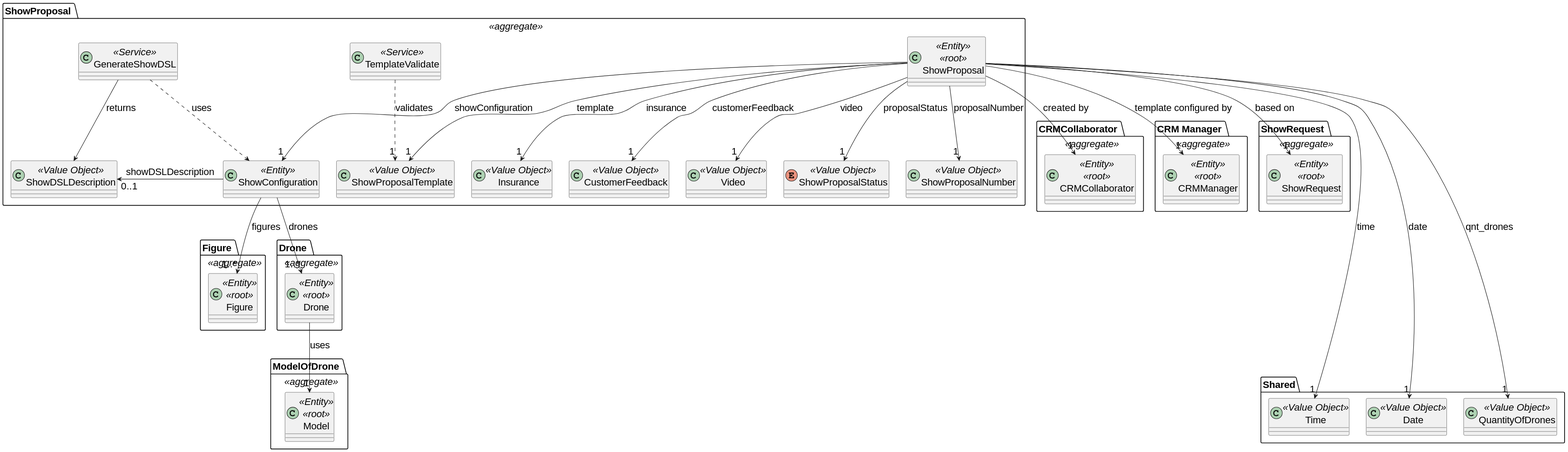
diogoveirospro/sem4pi-2024-2025-sem4pi_2024_2025_g44 keeps this PlantUML diagram as docs/global_artifacts/analysis/images/domain_model_show_proposal.svg. Above is the earlier version.
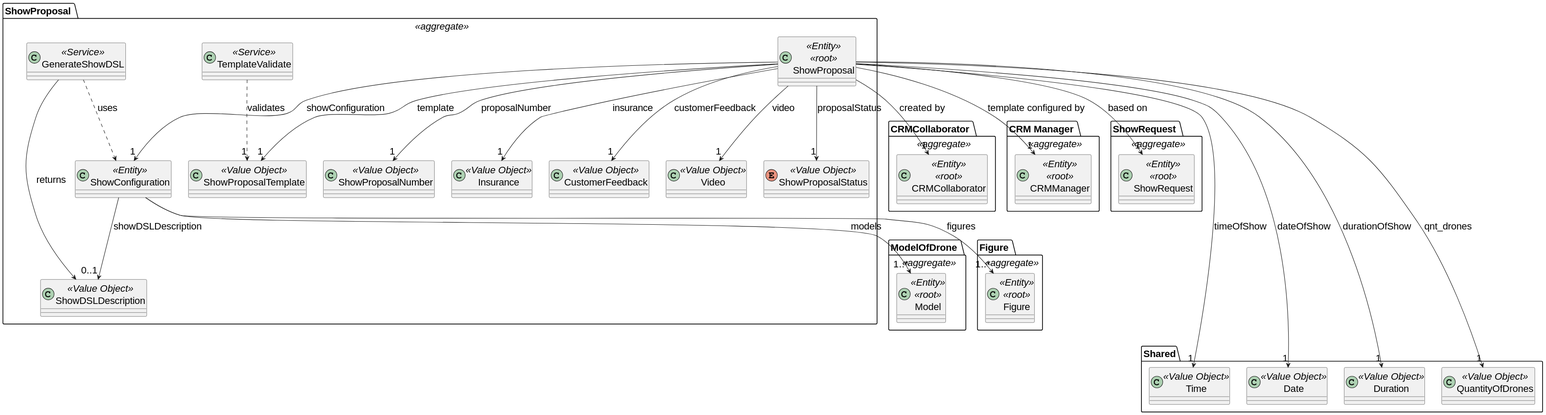
After the commit.

Commit message:
#6 Correction of ShowConfiguration and addition of duration in the domain model

The edit, as a diff of the source:
```diff
@@ -29,12 +29,6 @@
 package "ShowRequest " <<aggregate>>{
 
     class ShowRequest <<Entity>> <<root>>{
-    }
-}
-
-package "Drone " <<aggregate>>{
-
-    class Drone <<Entity>> <<root>>{
     }
 }
 
@@ -90,11 +84,9 @@
 
     TemplateValidate ..> "1" ShowProposalTemplate: validates
 
-    ShowConfiguration --> "1..*" Drone: drones
+    ShowConfiguration --> "1..*" Model: models
     ShowConfiguration --> "1..*" Figure: figures
-    ShowConfiguration -> "0..1" ShowDSLDescription: showDSLDescription
-
-    Drone --> "1" Model: uses
+    ShowConfiguration --> "0..1" ShowDSLDescription: showDSLDescription
 }
 
 package Shared {
@@ -105,11 +97,15 @@
     class Date <<Value Object>>{
     }
 
+    class Duration <<Value Object>>{
+    }
+
     class QuantityOfDrones <<Value Object>>{
     }
 
     ShowProposal ----> "1" QuantityOfDrones: qnt_drones
-    ShowProposal ----> "1" Time: time
-    ShowProposal ----> "1" Date: date
+    ShowProposal ----> "1" Time: timeOfShow
+    ShowProposal ----> "1" Date: dateOfShow
+    ShowProposal ----> "1" Duration: durationOfShow
 }
 @enduml
```
